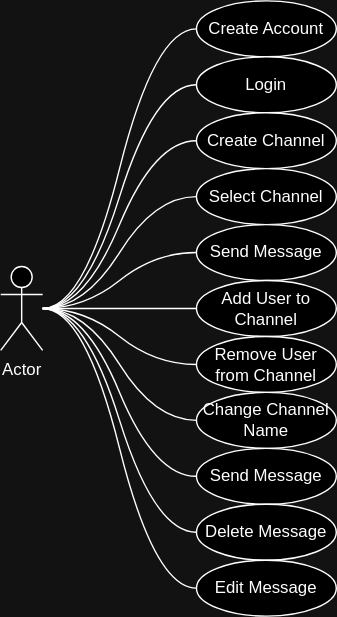
This is docs/usecases/usecaseChatsite.drawio.svg from pcaracal/chat-site, a draw.io export, as it was before one commit. Source tidied: cells renumbered, new cells last; positions are measured from the earlier drawing's top-left corner, leaving out a move shared by most shapes. Its diagram source:
```xml
<mxGraphModel>
  <root>
    <mxCell id="0" />
    <mxCell id="1" parent="0" />
    <mxCell id="2" style="edgeStyle=entityRelationEdgeStyle;jettySize=auto;html=1;entryX=0;entryY=0.5;entryDx=0;entryDy=0;strokeColor=default;curved=1;strokeWidth=1;endArrow=none;endFill=0;" parent="1" edge="1" source="13" target="24">
      <mxGeometry relative="1" as="geometry" />
    </mxCell>
    <mxCell id="3" style="edgeStyle=entityRelationEdgeStyle;jettySize=auto;html=1;entryX=0;entryY=0.5;entryDx=0;entryDy=0;strokeColor=default;curved=1;strokeWidth=1;endArrow=none;endFill=0;" parent="1" edge="1" source="13" target="23">
      <mxGeometry relative="1" as="geometry" />
    </mxCell>
    <mxCell id="4" style="edgeStyle=entityRelationEdgeStyle;jettySize=auto;html=1;entryX=0;entryY=0.5;entryDx=0;entryDy=0;strokeColor=default;curved=1;strokeWidth=1;endArrow=none;endFill=0;" parent="1" edge="1" source="13" target="22">
      <mxGeometry relative="1" as="geometry" />
    </mxCell>
    <mxCell id="5" style="edgeStyle=entityRelationEdgeStyle;jettySize=auto;html=1;entryX=0;entryY=0.5;entryDx=0;entryDy=0;strokeColor=default;curved=1;strokeWidth=1;endArrow=none;endFill=0;" parent="1" edge="1" source="13" target="21">
      <mxGeometry relative="1" as="geometry" />
    </mxCell>
    <mxCell id="6" style="edgeStyle=entityRelationEdgeStyle;jettySize=auto;html=1;entryX=0;entryY=0.5;entryDx=0;entryDy=0;strokeColor=default;curved=1;strokeWidth=1;endArrow=none;endFill=0;" parent="1" edge="1" source="13" target="20">
      <mxGeometry relative="1" as="geometry" />
    </mxCell>
    <mxCell id="7" style="edgeStyle=entityRelationEdgeStyle;jettySize=auto;html=1;entryX=0;entryY=0.5;entryDx=0;entryDy=0;strokeColor=default;curved=1;strokeWidth=1;endArrow=none;endFill=0;" parent="1" edge="1" source="13" target="19">
      <mxGeometry relative="1" as="geometry" />
    </mxCell>
    <mxCell id="8" style="edgeStyle=entityRelationEdgeStyle;jettySize=auto;html=1;entryX=0;entryY=0.5;entryDx=0;entryDy=0;strokeColor=default;curved=1;strokeWidth=1;endArrow=none;endFill=0;" parent="1" edge="1" source="13" target="18">
      <mxGeometry relative="1" as="geometry" />
    </mxCell>
    <mxCell id="9" style="edgeStyle=entityRelationEdgeStyle;jettySize=auto;html=1;entryX=0;entryY=0.5;entryDx=0;entryDy=0;strokeColor=default;curved=1;strokeWidth=1;endArrow=none;endFill=0;" parent="1" edge="1" source="13" target="17">
      <mxGeometry relative="1" as="geometry" />
    </mxCell>
    <mxCell id="10" style="edgeStyle=entityRelationEdgeStyle;jettySize=auto;html=1;entryX=0;entryY=0.5;entryDx=0;entryDy=0;strokeColor=default;curved=1;strokeWidth=1;endArrow=none;endFill=0;" parent="1" edge="1" source="13" target="16">
      <mxGeometry relative="1" as="geometry" />
    </mxCell>
    <mxCell id="11" style="edgeStyle=entityRelationEdgeStyle;jettySize=auto;html=1;entryX=0;entryY=0.5;entryDx=0;entryDy=0;strokeColor=default;curved=1;strokeWidth=1;endArrow=none;endFill=0;" parent="1" edge="1" source="13" target="15">
      <mxGeometry relative="1" as="geometry" />
    </mxCell>
    <mxCell id="12" style="edgeStyle=entityRelationEdgeStyle;jettySize=auto;html=1;entryX=0;entryY=0.5;entryDx=0;entryDy=0;strokeColor=default;curved=1;strokeWidth=1;endArrow=none;endFill=0;" parent="1" edge="1" source="13" target="14">
      <mxGeometry relative="1" as="geometry" />
    </mxCell>
    <mxCell id="13" value="Actor" style="shape=umlActor;verticalLabelPosition=bottom;verticalAlign=top;html=1;outlineConnect=0;" parent="1" vertex="1">
      <mxGeometry y="190" width="30" height="60" as="geometry" />
    </mxCell>
    <mxCell id="14" value="Create Account" style="ellipse;whiteSpace=wrap;html=1;" parent="1" vertex="1">
      <mxGeometry x="140" width="100" height="40" as="geometry" />
    </mxCell>
    <mxCell id="15" value="Login" style="ellipse;whiteSpace=wrap;html=1;" parent="1" vertex="1">
      <mxGeometry x="140" y="40" width="100" height="40" as="geometry" />
    </mxCell>
    <mxCell id="16" value="Create Channel" style="ellipse;whiteSpace=wrap;html=1;" parent="1" vertex="1">
      <mxGeometry x="140" y="80" width="100" height="40" as="geometry" />
    </mxCell>
    <mxCell id="17" value="Select Channel" style="ellipse;whiteSpace=wrap;html=1;" parent="1" vertex="1">
      <mxGeometry x="140" y="120" width="100" height="40" as="geometry" />
    </mxCell>
    <mxCell id="18" value="Send Message" style="ellipse;whiteSpace=wrap;html=1;" parent="1" vertex="1">
      <mxGeometry x="140" y="160" width="100" height="40" as="geometry" />
    </mxCell>
    <mxCell id="19" value="Add User to Channel" style="ellipse;whiteSpace=wrap;html=1;" parent="1" vertex="1">
      <mxGeometry x="140" y="200" width="100" height="40" as="geometry" />
    </mxCell>
    <mxCell id="20" value="Remove User from Channel" style="ellipse;whiteSpace=wrap;html=1;" parent="1" vertex="1">
      <mxGeometry x="140" y="240" width="100" height="40" as="geometry" />
    </mxCell>
    <mxCell id="21" value="Change Channel Name" style="ellipse;whiteSpace=wrap;html=1;" parent="1" vertex="1">
      <mxGeometry x="140" y="280" width="100" height="40" as="geometry" />
    </mxCell>
    <mxCell id="22" value="Send Message" style="ellipse;whiteSpace=wrap;html=1;" parent="1" vertex="1">
      <mxGeometry x="140" y="320" width="100" height="40" as="geometry" />
    </mxCell>
    <mxCell id="23" value="Delete Message" style="ellipse;whiteSpace=wrap;html=1;" parent="1" vertex="1">
      <mxGeometry x="140" y="360" width="100" height="40" as="geometry" />
    </mxCell>
    <mxCell id="24" value="&lt;div&gt;Edit Message&lt;/div&gt;" style="ellipse;whiteSpace=wrap;html=1;" parent="1" vertex="1">
      <mxGeometry x="140" y="400" width="100" height="40" as="geometry" />
    </mxCell>
  </root>
</mxGraphModel>
```
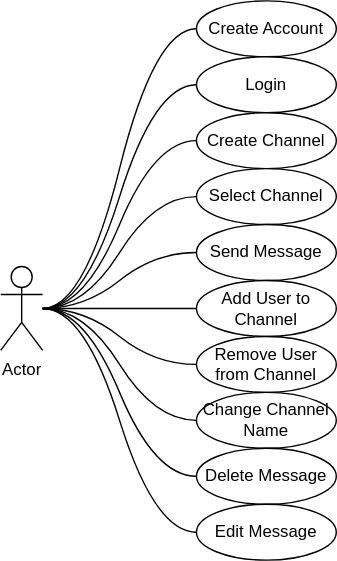
After the commit.

Commit message:
docs: add use cases

What changed in the source:
```diff
@@ -8,9 +8,6 @@
     <mxCell id="3" style="edgeStyle=entityRelationEdgeStyle;jettySize=auto;html=1;entryX=0;entryY=0.5;entryDx=0;entryDy=0;strokeColor=default;curved=1;strokeWidth=1;endArrow=none;endFill=0;" parent="1" edge="1" source="13" target="23">
       <mxGeometry relative="1" as="geometry" />
     </mxCell>
-    <mxCell id="4" style="edgeStyle=entityRelationEdgeStyle;jettySize=auto;html=1;entryX=0;entryY=0.5;entryDx=0;entryDy=0;strokeColor=default;curved=1;strokeWidth=1;endArrow=none;endFill=0;" parent="1" edge="1" source="13" target="22">
-      <mxGeometry relative="1" as="geometry" />
-    </mxCell>
     <mxCell id="5" style="edgeStyle=entityRelationEdgeStyle;jettySize=auto;html=1;entryX=0;entryY=0.5;entryDx=0;entryDy=0;strokeColor=default;curved=1;strokeWidth=1;endArrow=none;endFill=0;" parent="1" edge="1" source="13" target="21">
       <mxGeometry relative="1" as="geometry" />
     </mxCell>
@@ -62,14 +59,11 @@
     <mxCell id="21" value="Change Channel Name" style="ellipse;whiteSpace=wrap;html=1;" parent="1" vertex="1">
       <mxGeometry x="140" y="280" width="100" height="40" as="geometry" />
     </mxCell>
-    <mxCell id="22" value="Send Message" style="ellipse;whiteSpace=wrap;html=1;" parent="1" vertex="1">
-      <mxGeometry x="140" y="320" width="100" height="40" as="geometry" />
-    </mxCell>
     <mxCell id="23" value="Delete Message" style="ellipse;whiteSpace=wrap;html=1;" parent="1" vertex="1">
-      <mxGeometry x="140" y="360" width="100" height="40" as="geometry" />
+      <mxGeometry x="140" y="320" width="100" height="40" as="geometry" />
     </mxCell>
     <mxCell id="24" value="&lt;div&gt;Edit Message&lt;/div&gt;" style="ellipse;whiteSpace=wrap;html=1;" parent="1" vertex="1">
-      <mxGeometry x="140" y="400" width="100" height="40" as="geometry" />
+      <mxGeometry x="140" y="360" width="100" height="40" as="geometry" />
     </mxCell>
   </root>
 </mxGraphModel>
```
